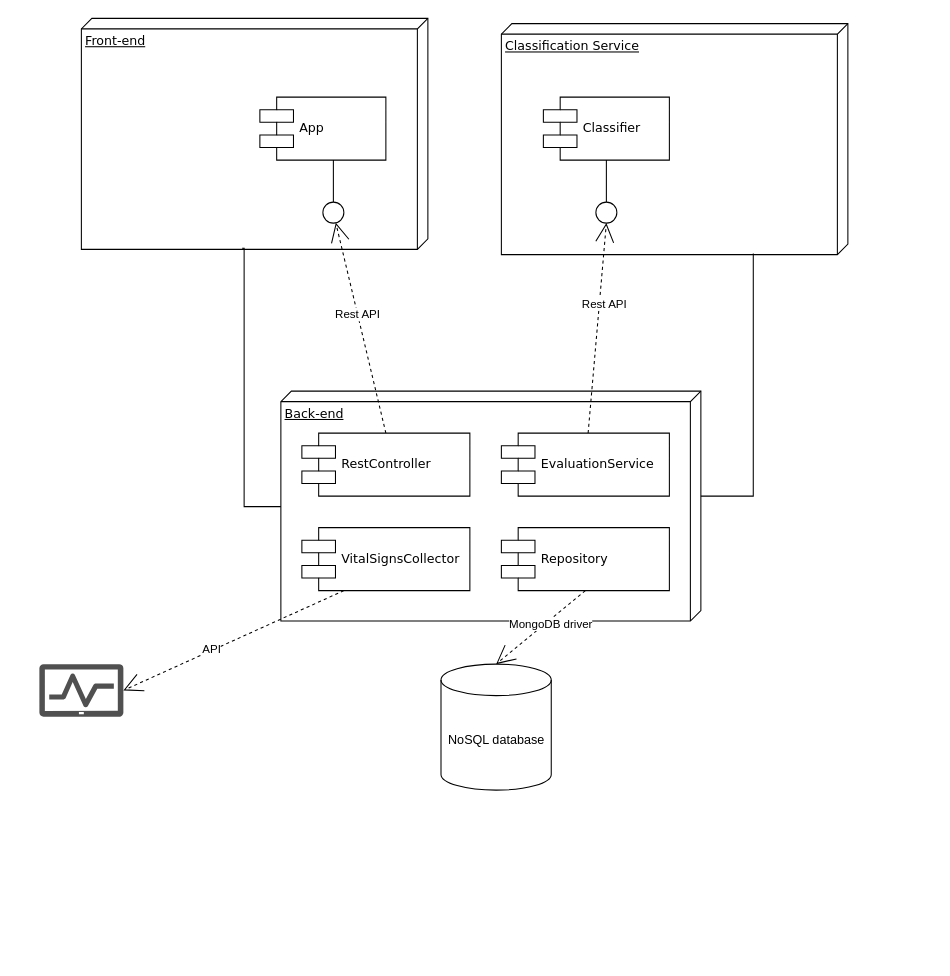
Above: diagrams/ComponentDiagram.drawio in hollepat/VirtualDoctor_ (draw.io), before the change. Source tidied: cells renumbered, new cells numbered last; positions are measured from the earlier drawing's top-left corner, leaving out a move shared by most shapes. Both pictures are drawn from the tidied source at 105%, with x=0, y=0 at pixel (39, 18).
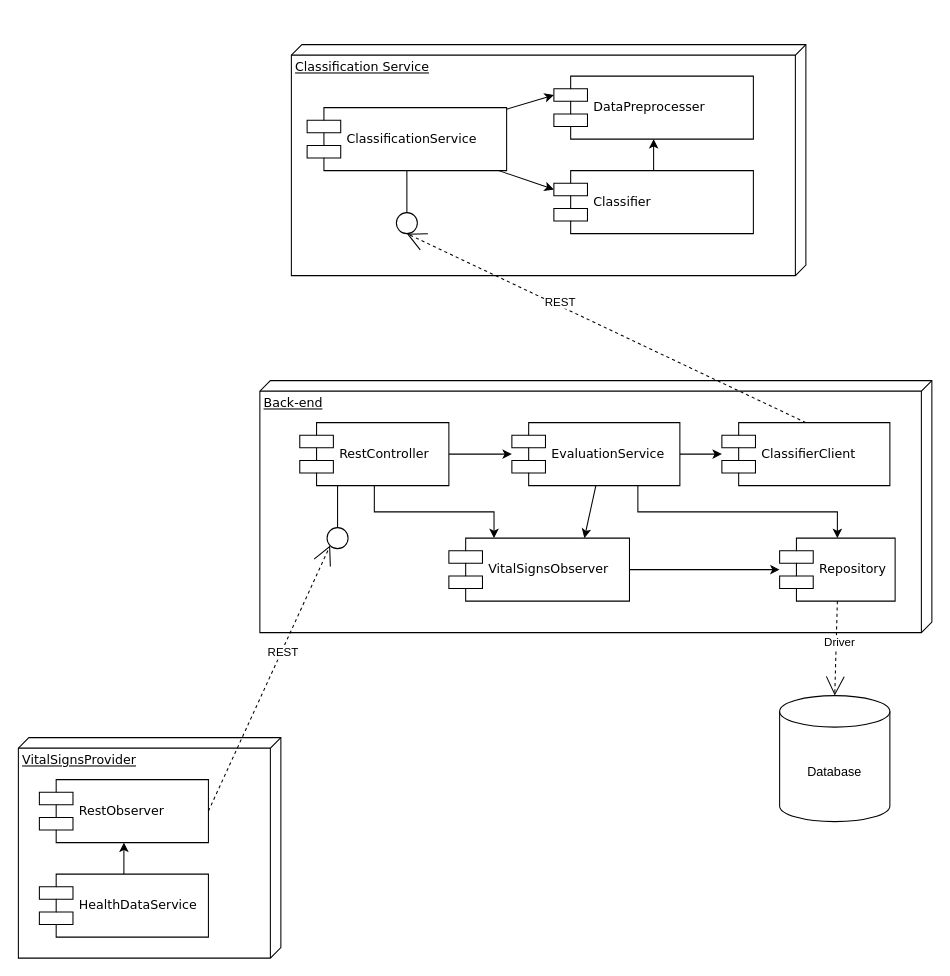
The same diagram, later.

Unchanged cells that the change refers to:
```xml
<mxCell id="21" style="rounded=0;jettySize=auto;html=1;entryX=0.5;entryY=0;entryDx=0;entryDy=0;entryPerimeter=0;exitX=0.5;exitY=1;exitDx=0;exitDy=0;dashed=1;endArrow=open;endFill=0;endSize=16;" parent="1" edge="1" source="20" target="16">
  <mxGeometry relative="1" as="geometry" />
</mxCell>
```

The edit, as a diff of the source:
```diff
@@
-    <mxCell id="2" value="Front-end" style="verticalAlign=top;align=left;spacingTop=8;spacingLeft=2;spacingRight=12;shape=cube;size=10;direction=south;fontStyle=4;html=1;rounded=0;shadow=0;comic=0;labelBackgroundColor=none;strokeWidth=1;fontFamily=Verdana;fontSize=12;" parent="1" vertex="1">
-      <mxGeometry x="40" width="330" height="220" as="geometry" />
-    </mxCell>
-    <mxCell id="3" value="Classification Service" style="verticalAlign=top;align=left;spacingTop=8;spacingLeft=2;spacingRight=12;shape=cube;size=10;direction=south;fontStyle=4;html=1;rounded=0;shadow=0;comic=0;labelBackgroundColor=none;strokeWidth=1;fontFamily=Verdana;fontSize=12;" parent="1" vertex="1">
-      <mxGeometry x="440" y="5" width="330" height="220" as="geometry" />
-    </mxCell>
     <mxCell id="4" value="Back-end" style="verticalAlign=top;align=left;spacingTop=8;spacingLeft=2;spacingRight=12;shape=cube;size=10;direction=south;fontStyle=4;html=1;rounded=0;shadow=0;comic=0;labelBackgroundColor=none;strokeWidth=1;fontFamily=Verdana;fontSize=12;" parent="1" vertex="1">
-      <mxGeometry x="230" y="355" width="400" height="219" as="geometry" />
+      <mxGeometry x="210" y="345" width="640" height="240" as="geometry" />
     </mxCell>
-    <mxCell id="5" value="App" style="shape=component;align=left;spacingLeft=36;rounded=0;shadow=0;comic=0;labelBackgroundColor=none;strokeWidth=1;fontFamily=Verdana;fontSize=12;html=1;" parent="1" vertex="1">
-      <mxGeometry x="210" y="75" width="120" height="60" as="geometry" />
-    </mxCell>
-    <mxCell id="6" style="ellipse;whiteSpace=wrap;html=1;rounded=0;shadow=0;comic=0;labelBackgroundColor=none;strokeWidth=1;fontFamily=Verdana;fontSize=12;align=center;" parent="1" vertex="1">
-      <mxGeometry x="270" y="175" width="20" height="20" as="geometry" />
-    </mxCell>
-    <mxCell id="7" value="Classifier" style="shape=component;align=left;spacingLeft=36;rounded=0;shadow=0;comic=0;labelBackgroundColor=none;strokeWidth=1;fontFamily=Verdana;fontSize=12;html=1;" parent="1" vertex="1">
-      <mxGeometry x="480" y="75" width="120" height="60" as="geometry" />
-    </mxCell>
-    <mxCell id="8" style="rounded=0;jettySize=auto;html=1;entryX=0.5;entryY=1;entryDx=0;entryDy=0;endArrow=open;endFill=0;dashed=1;endSize=16;startSize=8;" parent="1" edge="1" source="10" target="18">
-      <mxGeometry relative="1" as="geometry" />
-    </mxCell>
-    <mxCell id="9" value="Rest API" style="edgeLabel;html=1;align=center;verticalAlign=middle;" parent="8" vertex="1">
-      <mxGeometry x="0.24" y="-4" relative="1" as="geometry" />
-    </mxCell>
+    <mxCell id="27" style="rounded=0;jettySize=auto;html=1;entryX=0.75;entryY=0;entryDx=0;entryDy=0;exitX=0.5;exitY=1;exitDx=0;exitDy=0;" parent="1" edge="1" source="10" target="23">
+      <mxGeometry relative="1" as="geometry" />
+    </mxCell>
+    <mxCell id="28" style="edgeStyle=orthogonalEdgeStyle;rounded=0;jettySize=auto;html=1;entryX=0.5;entryY=0;entryDx=0;entryDy=0;exitX=0.75;exitY=1;exitDx=0;exitDy=0;" parent="1" edge="1" source="10" target="20">
+      <mxGeometry relative="1" as="geometry" />
+    </mxCell>
+    <mxCell id="29" style="edgeStyle=orthogonalEdgeStyle;rounded=0;jettySize=auto;html=1;" parent="1" edge="1" source="10" target="44">
+      <mxGeometry relative="1" as="geometry" />
+    </mxCell>
     <mxCell id="10" value="EvaluationService" style="shape=component;align=left;spacingLeft=36;rounded=0;shadow=0;comic=0;labelBackgroundColor=none;strokeWidth=1;fontFamily=Verdana;fontSize=12;html=1;" parent="1" vertex="1">
-      <mxGeometry x="440" y="395" width="160" height="60" as="geometry" />
+      <mxGeometry x="450" y="385" width="160" height="60" as="geometry" />
     </mxCell>
-    <mxCell id="11" style="edgeStyle=none;rounded=0;html=1;dashed=1;labelBackgroundColor=none;startArrow=none;startFill=0;startSize=8;endArrow=open;endFill=0;endSize=16;fontFamily=Verdana;fontSize=12;exitX=0.5;exitY=0;exitDx=0;exitDy=0;" parent="1" edge="1" source="17" target="6">
-      <mxGeometry relative="1" as="geometry" />
-    </mxCell>
-    <mxCell id="12" value="Rest API" style="edgeLabel;html=1;align=center;verticalAlign=middle;" parent="11" vertex="1">
-      <mxGeometry x="0.15" relative="1" as="geometry">
-        <mxPoint y="1" as="offset" />
-      </mxGeometry>
-    </mxCell>
-    <mxCell id="13" style="edgeStyle=elbowEdgeStyle;rounded=0;html=1;labelBackgroundColor=none;startArrow=none;startFill=0;startSize=8;endArrow=none;endFill=0;endSize=16;fontFamily=Verdana;fontSize=12;" parent="1" edge="1" source="6" target="5">
-      <mxGeometry relative="1" as="geometry" />
-    </mxCell>
-    <mxCell id="14" style="edgeStyle=orthogonalEdgeStyle;rounded=0;html=1;labelBackgroundColor=none;startArrow=none;startFill=0;startSize=8;endArrow=none;endFill=0;endSize=16;fontFamily=Verdana;fontSize=12;exitX=0;exitY=0;exitDx=100;exitDy=0;exitPerimeter=0;entryX=0.995;entryY=0.273;entryDx=0;entryDy=0;entryPerimeter=0;" parent="1" edge="1" source="4" target="3">
-      <mxGeometry relative="1" as="geometry">
-        <Array as="points">
-          <mxPoint x="680" y="455" />
-        </Array>
-      </mxGeometry>
-    </mxCell>
-    <mxCell id="15" style="edgeStyle=orthogonalEdgeStyle;rounded=0;html=1;labelBackgroundColor=none;startArrow=none;startFill=0;startSize=8;endArrow=none;endFill=0;endSize=16;fontFamily=Verdana;fontSize=12;exitX=0;exitY=0;exitDx=110;exitDy=400;exitPerimeter=0;entryX=0.995;entryY=0.536;entryDx=0;entryDy=0;entryPerimeter=0;" parent="1" edge="1" source="4" target="2">
-      <mxGeometry relative="1" as="geometry">
-        <Array as="points">
-          <mxPoint x="195" y="465" />
-          <mxPoint x="195" y="219" />
-        </Array>
-      </mxGeometry>
-    </mxCell>
-    <mxCell id="16" value="NoSQL database" style="shape=cylinder3;whiteSpace=wrap;html=1;boundedLbl=1;backgroundOutline=1;size=15;" parent="1" vertex="1">
-      <mxGeometry x="382.5" y="615" width="105" height="120" as="geometry" />
+    <mxCell id="16" value="Database" style="shape=cylinder3;whiteSpace=wrap;html=1;boundedLbl=1;backgroundOutline=1;size=15;" parent="1" vertex="1">
+      <mxGeometry x="705" y="645" width="105" height="120" as="geometry" />
     </mxCell>
+    <mxCell id="30" style="edgeStyle=orthogonalEdgeStyle;rounded=0;jettySize=auto;html=1;" parent="1" edge="1" source="17" target="10">
+      <mxGeometry relative="1" as="geometry" />
+    </mxCell>
+    <mxCell id="31" style="edgeStyle=orthogonalEdgeStyle;rounded=0;jettySize=auto;html=1;entryX=0.25;entryY=0;entryDx=0;entryDy=0;" parent="1" edge="1" source="17" target="23">
+      <mxGeometry relative="1" as="geometry" />
+    </mxCell>
     <mxCell id="17" value="RestController" style="shape=component;align=left;spacingLeft=36;rounded=0;shadow=0;comic=0;labelBackgroundColor=none;strokeWidth=1;fontFamily=Verdana;fontSize=12;html=1;" parent="1" vertex="1">
-      <mxGeometry x="250" y="395" width="160" height="60" as="geometry" />
+      <mxGeometry x="248" y="385" width="142" height="60" as="geometry" />
     </mxCell>
-    <mxCell id="18" style="ellipse;whiteSpace=wrap;html=1;rounded=0;shadow=0;comic=0;labelBackgroundColor=none;strokeWidth=1;fontFamily=Verdana;fontSize=12;align=center;" parent="1" vertex="1">
-      <mxGeometry x="530" y="175" width="20" height="20" as="geometry" />
-    </mxCell>
-    <mxCell id="19" style="edgeStyle=elbowEdgeStyle;rounded=0;html=1;labelBackgroundColor=none;startArrow=none;startFill=0;startSize=8;endArrow=none;endFill=0;endSize=16;fontFamily=Verdana;fontSize=12;" parent="1" edge="1" source="18">
-      <mxGeometry relative="1" as="geometry">
-        <mxPoint x="540" y="135" as="targetPoint" />
-      </mxGeometry>
-    </mxCell>
     <mxCell id="20" value="Repository" style="shape=component;align=left;spacingLeft=36;rounded=0;shadow=0;comic=0;labelBackgroundColor=none;strokeWidth=1;fontFamily=Verdana;fontSize=12;html=1;" parent="1" vertex="1">
-      <mxGeometry x="440" y="485" width="160" height="60" as="geometry" />
+      <mxGeometry x="705" y="495" width="110" height="60" as="geometry" />
     </mxCell>
@@
-    <mxCell id="22" value="MongoDB driver" style="edgeLabel;html=1;align=center;verticalAlign=middle;" parent="21" vertex="1">
+    <mxCell id="22" value="Driver" style="edgeLabel;html=1;align=center;verticalAlign=middle;" parent="21" vertex="1">
       <mxGeometry x="-0.16" y="3" relative="1" as="geometry" />
     </mxCell>
+    <mxCell id="32" style="edgeStyle=orthogonalEdgeStyle;rounded=0;jettySize=auto;html=1;exitX=1;exitY=0.5;exitDx=0;exitDy=0;" parent="1" edge="1" source="23" target="20">
+      <mxGeometry relative="1" as="geometry" />
+    </mxCell>
-    <mxCell id="23" value="VitalSignsCollector" style="shape=component;align=left;spacingLeft=36;rounded=0;shadow=0;comic=0;labelBackgroundColor=none;strokeWidth=1;fontFamily=Verdana;fontSize=12;html=1;" parent="1" vertex="1">
-      <mxGeometry x="250" y="485" width="160" height="60" as="geometry" />
+    <mxCell id="23" value="VitalSignsObserver" style="shape=component;align=left;spacingLeft=36;rounded=0;shadow=0;comic=0;labelBackgroundColor=none;strokeWidth=1;fontFamily=Verdana;fontSize=12;html=1;" parent="1" vertex="1">
+      <mxGeometry x="390" y="495" width="172" height="60" as="geometry" />
     </mxCell>
-    <mxCell id="24" style="sketch=0;shadow=0;dashed=0;html=1;strokeColor=none;labelPosition=center;verticalLabelPosition=bottom;verticalAlign=top;align=center;fillColor=#505050;shape=mxgraph.mscae.intune.device_health;" parent="1" vertex="1">
-      <mxGeometry y="615" width="80" height="50" as="geometry" />
-    </mxCell>
+    <mxCell id="33" value="VitalSignsProvider" style="verticalAlign=top;align=left;spacingTop=8;spacingLeft=2;spacingRight=12;shape=cube;size=10;direction=south;fontStyle=4;html=1;rounded=0;shadow=0;comic=0;labelBackgroundColor=none;strokeWidth=1;fontFamily=Verdana;fontSize=12;" parent="1" vertex="1">
+      <mxGeometry x="-20" y="685" width="250" height="210" as="geometry" />
+    </mxCell>
+    <mxCell id="34" value="RestObserver" style="shape=component;align=left;spacingLeft=36;rounded=0;shadow=0;comic=0;labelBackgroundColor=none;strokeWidth=1;fontFamily=Verdana;fontSize=12;html=1;" parent="1" vertex="1">
+      <mxGeometry y="725" width="161" height="60" as="geometry" />
+    </mxCell>
-    <mxCell id="25" style="rounded=0;jettySize=auto;html=1;entryX=1;entryY=0.5;entryDx=0;entryDy=0;entryPerimeter=0;exitX=0.25;exitY=1;exitDx=0;exitDy=0;dashed=1;endArrow=open;endFill=0;strokeWidth=1;endSize=16;" parent="1" edge="1" source="23" target="24">
+    <mxCell id="25" style="rounded=0;jettySize=auto;html=1;entryX=0;entryY=1;entryDx=0;entryDy=0;exitX=1;exitY=0.5;exitDx=0;exitDy=0;dashed=1;endArrow=open;endFill=0;strokeWidth=1;endSize=16;" parent="1" edge="1" source="34" target="45">
       <mxGeometry relative="1" as="geometry" />
     </mxCell>
-    <mxCell id="26" value="API" style="edgeLabel;html=1;align=center;verticalAlign=middle;" parent="25" vertex="1">
+    <mxCell id="26" value="REST" style="edgeLabel;html=1;align=center;verticalAlign=middle;" parent="25" vertex="1">
       <mxGeometry x="0.2" y="-1" relative="1" as="geometry" />
     </mxCell>
+    <mxCell id="35" style="edgeStyle=orthogonalEdgeStyle;rounded=0;jettySize=auto;html=1;entryX=0.5;entryY=1;entryDx=0;entryDy=0;" parent="1" edge="1" source="36" target="34">
+      <mxGeometry relative="1" as="geometry" />
+    </mxCell>
+    <mxCell id="36" value="HealthDataService" style="shape=component;align=left;spacingLeft=36;rounded=0;shadow=0;comic=0;labelBackgroundColor=none;strokeWidth=1;fontFamily=Verdana;fontSize=12;html=1;" parent="1" vertex="1">
+      <mxGeometry y="815" width="161" height="60" as="geometry" />
+    </mxCell>
+    <mxCell id="37" style="group;" parent="1" vertex="1">
+      <mxGeometry x="240" y="25" width="490" height="220" as="geometry" />
+    </mxCell>
+    <mxCell id="3" value="Classification Service" style="verticalAlign=top;align=left;spacingTop=8;spacingLeft=2;spacingRight=12;shape=cube;size=10;direction=south;fontStyle=4;html=1;rounded=0;shadow=0;comic=0;labelBackgroundColor=none;strokeWidth=1;fontFamily=Verdana;fontSize=12;" parent="37" vertex="1">
+      <mxGeometry width="490" height="220" as="geometry" />
+    </mxCell>
+    <mxCell id="38" style="rounded=0;jettySize=auto;html=1;entryX=0;entryY=0.3;entryDx=0;entryDy=0;" parent="37" edge="1" source="7" target="42">
+      <mxGeometry relative="1" as="geometry" />
+    </mxCell>
+    <mxCell id="39" style="rounded=0;jettySize=auto;html=1;entryX=0;entryY=0.3;entryDx=0;entryDy=0;" parent="37" edge="1" source="7" target="40">
+      <mxGeometry relative="1" as="geometry" />
+    </mxCell>
+    <mxCell id="7" value="ClassificationService" style="shape=component;align=left;spacingLeft=36;rounded=0;shadow=0;comic=0;labelBackgroundColor=none;strokeWidth=1;fontFamily=Verdana;fontSize=12;html=1;" parent="37" vertex="1">
+      <mxGeometry x="15" y="60" width="190" height="60" as="geometry" />
+    </mxCell>
+    <mxCell id="40" value="DataPreprocesser" style="shape=component;align=left;spacingLeft=36;rounded=0;shadow=0;comic=0;labelBackgroundColor=none;strokeWidth=1;fontFamily=Verdana;fontSize=12;html=1;" parent="37" vertex="1">
+      <mxGeometry x="250" y="30" width="190" height="60" as="geometry" />
+    </mxCell>
+    <mxCell id="41" style="rounded=0;jettySize=auto;html=1;entryX=0.5;entryY=1;entryDx=0;entryDy=0;" parent="37" edge="1" source="42" target="40">
+      <mxGeometry relative="1" as="geometry" />
+    </mxCell>
+    <mxCell id="42" value="Classifier" style="shape=component;align=left;spacingLeft=36;rounded=0;shadow=0;comic=0;labelBackgroundColor=none;strokeWidth=1;fontFamily=Verdana;fontSize=12;html=1;" parent="37" vertex="1">
+      <mxGeometry x="250" y="120" width="190" height="60" as="geometry" />
+    </mxCell>
+    <mxCell id="43" style="group;" parent="37" vertex="1">
+      <mxGeometry x="100" y="160" width="20" height="20" as="geometry" />
+    </mxCell>
+    <mxCell id="18" style="ellipse;whiteSpace=wrap;html=1;rounded=0;shadow=0;comic=0;labelBackgroundColor=none;strokeWidth=1;fontFamily=Verdana;fontSize=12;align=center;" parent="43" vertex="1">
+      <mxGeometry width="20" height="20" as="geometry" />
+    </mxCell>
+    <mxCell id="19" style="edgeStyle=elbowEdgeStyle;rounded=0;html=1;labelBackgroundColor=none;startArrow=none;startFill=0;startSize=8;endArrow=none;endFill=0;endSize=16;fontFamily=Verdana;fontSize=12;entryX=0.5;entryY=1;entryDx=0;entryDy=0;" parent="43" edge="1" source="18" target="7">
+      <mxGeometry relative="1" as="geometry" />
+    </mxCell>
+    <mxCell id="8" style="rounded=0;jettySize=auto;html=1;entryX=0.5;entryY=1;entryDx=0;entryDy=0;endArrow=open;endFill=0;dashed=1;endSize=16;startSize=8;exitX=0.5;exitY=0;exitDx=0;exitDy=0;" parent="1" edge="1" source="44" target="18">
+      <mxGeometry relative="1" as="geometry" />
+    </mxCell>
+    <mxCell id="9" value="REST" style="edgeLabel;html=1;align=center;verticalAlign=middle;" parent="8" vertex="1">
+      <mxGeometry x="0.24" y="-4" relative="1" as="geometry" />
+    </mxCell>
+    <mxCell id="44" value="ClassifierClient" style="shape=component;align=left;spacingLeft=36;rounded=0;shadow=0;comic=0;labelBackgroundColor=none;strokeWidth=1;fontFamily=Verdana;fontSize=12;html=1;" parent="1" vertex="1">
+      <mxGeometry x="650" y="385" width="160" height="60" as="geometry" />
+    </mxCell>
+    <mxCell id="45" style="ellipse;whiteSpace=wrap;html=1;rounded=0;shadow=0;comic=0;labelBackgroundColor=none;strokeWidth=1;fontFamily=Verdana;fontSize=12;align=center;" parent="1" vertex="1">
+      <mxGeometry x="274" y="485" width="20" height="20" as="geometry" />
+    </mxCell>
+    <mxCell id="46" style="edgeStyle=elbowEdgeStyle;rounded=0;html=1;labelBackgroundColor=none;startArrow=none;startFill=0;startSize=8;endArrow=none;endFill=0;endSize=16;fontFamily=Verdana;fontSize=12;entryX=0.25;entryY=1;entryDx=0;entryDy=0;" parent="1" edge="1" source="45" target="17">
+      <mxGeometry relative="1" as="geometry" />
+    </mxCell>
```
